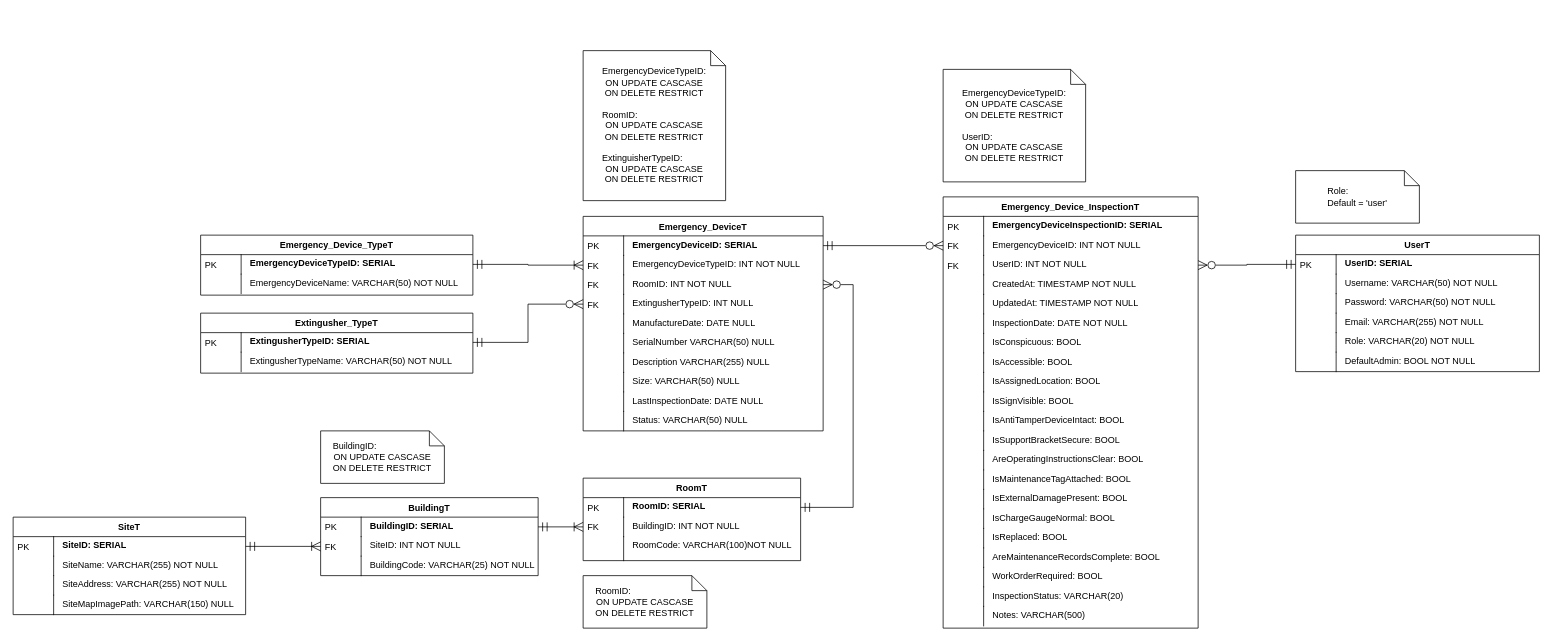
This is Diagrams/ERD/erd.drawio from AlexGithub777/BAP---Project, a draw.io file, before an edit. Source tidied: cells renumbered, new cells numbered last; positions are measured from the earlier drawing's top-left corner, leaving out a move shared by most shapes. Both pictures are drawn from the tidied source at 75%, with x=0, y=0 at pixel (13, 50).
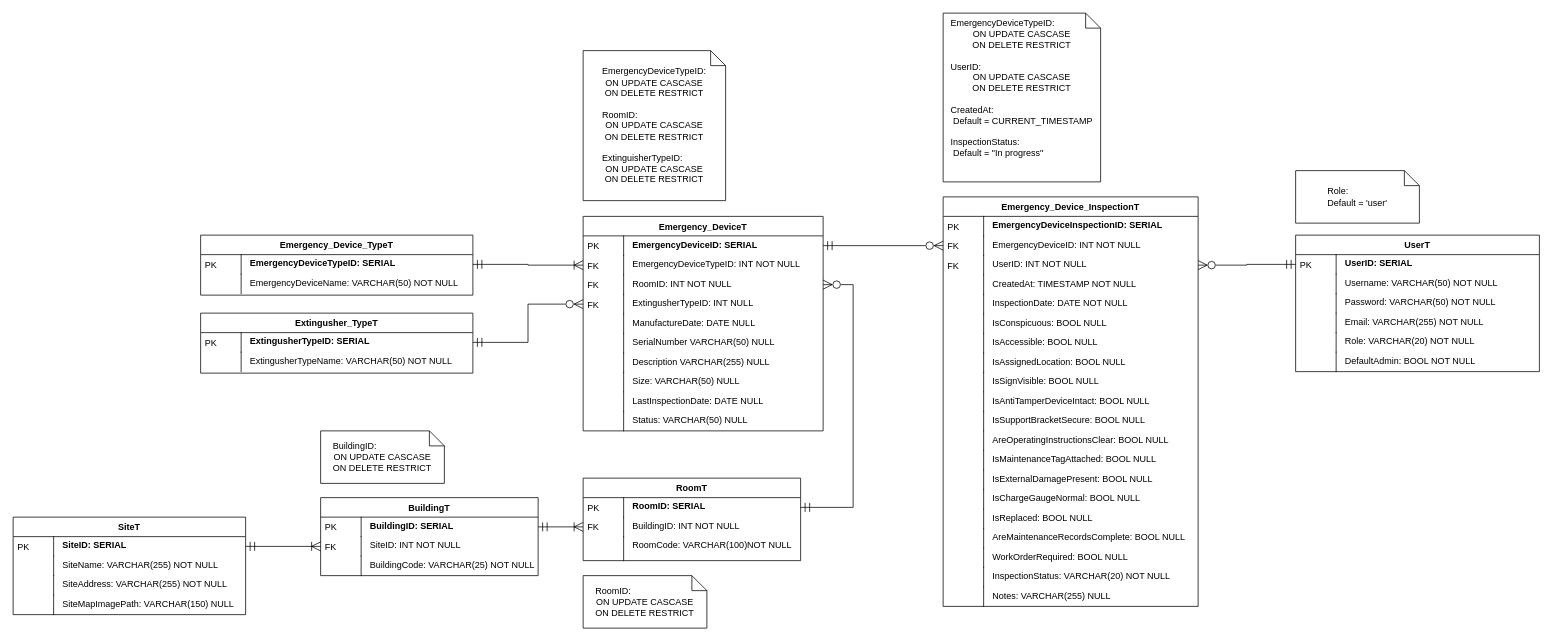
The same page after the edit.

The edit, as a diff of the source:
```diff
@@
     <mxCell id="46" value="Emergency_Device_InspectionT" style="swimlane;fontStyle=1;horizontal=1;startSize=26;fillColor=default;swimlaneFillColor=default;align=center;" parent="1" vertex="1">
-      <mxGeometry x="1240" y="195" width="340" height="575" as="geometry" />
+      <mxGeometry x="1240" y="195" width="340" height="546" as="geometry" />
     </mxCell>
@@
-    <mxCell id="55" value="UpdatedAt: TIMESTAMP NOT NULL" style="shape=partialRectangle;top=0;left=0;right=0;bottom=0;align=left;verticalAlign=top;spacingTop=-2;fillColor=none;spacingLeft=64;spacingRight=4;overflow=hidden;" parent="46" vertex="1">
-      <mxGeometry y="130" width="340" height="26" as="geometry" />
-    </mxCell>
-    <mxCell id="56" style="shape=partialRectangle;top=0;left=0;bottom=0;fillColor=none;align=left;verticalAlign=middle;spacingLeft=4;spacingRight=4;overflow=hidden;" parent="55" vertex="1">
-      <mxGeometry width="54" height="26" as="geometry" />
-    </mxCell>
     <mxCell id="57" value="InspectionDate: DATE NOT NULL" style="shape=partialRectangle;top=0;left=0;right=0;bottom=0;align=left;verticalAlign=top;spacingTop=-2;fillColor=none;spacingLeft=64;spacingRight=4;overflow=hidden;" parent="46" vertex="1">
-      <mxGeometry y="156" width="340" height="26" as="geometry" />
+      <mxGeometry y="130" width="340" height="26" as="geometry" />
     </mxCell>
@@
-    <mxCell id="59" value="IsConspicuous: BOOL" style="shape=partialRectangle;top=0;left=0;right=0;bottom=0;align=left;verticalAlign=top;spacingTop=-2;fillColor=none;spacingLeft=64;spacingRight=4;overflow=hidden;" parent="46" vertex="1">
-      <mxGeometry y="182" width="340" height="26" as="geometry" />
+    <mxCell id="59" value="IsConspicuous: BOOL NULL" style="shape=partialRectangle;top=0;left=0;right=0;bottom=0;align=left;verticalAlign=top;spacingTop=-2;fillColor=none;spacingLeft=64;spacingRight=4;overflow=hidden;" parent="46" vertex="1">
+      <mxGeometry y="156" width="340" height="26" as="geometry" />
     </mxCell>
@@
-    <mxCell id="61" value="IsAccessible: BOOL" style="shape=partialRectangle;top=0;left=0;right=0;bottom=0;align=left;verticalAlign=top;spacingTop=-2;fillColor=none;spacingLeft=64;spacingRight=4;overflow=hidden;" parent="46" vertex="1">
-      <mxGeometry y="208" width="340" height="26" as="geometry" />
+    <mxCell id="61" value="IsAccessible: BOOL NULL" style="shape=partialRectangle;top=0;left=0;right=0;bottom=0;align=left;verticalAlign=top;spacingTop=-2;fillColor=none;spacingLeft=64;spacingRight=4;overflow=hidden;" parent="46" vertex="1">
+      <mxGeometry y="182" width="340" height="26" as="geometry" />
     </mxCell>
@@
-    <mxCell id="63" value="IsAssignedLocation: BOOL" style="shape=partialRectangle;top=0;left=0;right=0;bottom=0;align=left;verticalAlign=top;spacingTop=-2;fillColor=none;spacingLeft=64;spacingRight=4;overflow=hidden;" parent="46" vertex="1">
-      <mxGeometry y="234" width="340" height="26" as="geometry" />
+    <mxCell id="63" value="IsAssignedLocation: BOOL NULL" style="shape=partialRectangle;top=0;left=0;right=0;bottom=0;align=left;verticalAlign=top;spacingTop=-2;fillColor=none;spacingLeft=64;spacingRight=4;overflow=hidden;" parent="46" vertex="1">
+      <mxGeometry y="208" width="340" height="26" as="geometry" />
     </mxCell>
@@
-    <mxCell id="65" value="IsSignVisible: BOOL " style="shape=partialRectangle;top=0;left=0;right=0;bottom=0;align=left;verticalAlign=top;spacingTop=-2;fillColor=none;spacingLeft=64;spacingRight=4;overflow=hidden;" parent="46" vertex="1">
-      <mxGeometry y="260" width="340" height="26" as="geometry" />
+    <mxCell id="65" value="IsSignVisible: BOOL NULL" style="shape=partialRectangle;top=0;left=0;right=0;bottom=0;align=left;verticalAlign=top;spacingTop=-2;fillColor=none;spacingLeft=64;spacingRight=4;overflow=hidden;" parent="46" vertex="1">
+      <mxGeometry y="234" width="340" height="26" as="geometry" />
     </mxCell>
@@
-    <mxCell id="67" value="IsAntiTamperDeviceIntact: BOOL" style="shape=partialRectangle;top=0;left=0;right=0;bottom=0;align=left;verticalAlign=top;spacingTop=-2;fillColor=none;spacingLeft=64;spacingRight=4;overflow=hidden;" parent="46" vertex="1">
-      <mxGeometry y="286" width="340" height="26" as="geometry" />
+    <mxCell id="67" value="IsAntiTamperDeviceIntact: BOOL NULL" style="shape=partialRectangle;top=0;left=0;right=0;bottom=0;align=left;verticalAlign=top;spacingTop=-2;fillColor=none;spacingLeft=64;spacingRight=4;overflow=hidden;" parent="46" vertex="1">
+      <mxGeometry y="260" width="340" height="26" as="geometry" />
     </mxCell>
@@
-    <mxCell id="69" value="IsSupportBracketSecure: BOOL" style="shape=partialRectangle;top=0;left=0;right=0;bottom=0;align=left;verticalAlign=top;spacingTop=-2;fillColor=none;spacingLeft=64;spacingRight=4;overflow=hidden;" parent="46" vertex="1">
-      <mxGeometry y="312" width="340" height="26" as="geometry" />
+    <mxCell id="69" value="IsSupportBracketSecure: BOOL NULL" style="shape=partialRectangle;top=0;left=0;right=0;bottom=0;align=left;verticalAlign=top;spacingTop=-2;fillColor=none;spacingLeft=64;spacingRight=4;overflow=hidden;" parent="46" vertex="1">
+      <mxGeometry y="286" width="340" height="26" as="geometry" />
     </mxCell>
@@
-    <mxCell id="71" value="AreOperatingInstructionsClear: BOOL" style="shape=partialRectangle;top=0;left=0;right=0;bottom=0;align=left;verticalAlign=top;spacingTop=-2;fillColor=none;spacingLeft=64;spacingRight=4;overflow=hidden;" parent="46" vertex="1">
-      <mxGeometry y="338" width="340" height="26" as="geometry" />
+    <mxCell id="71" value="AreOperatingInstructionsClear: BOOL NULL" style="shape=partialRectangle;top=0;left=0;right=0;bottom=0;align=left;verticalAlign=top;spacingTop=-2;fillColor=none;spacingLeft=64;spacingRight=4;overflow=hidden;" parent="46" vertex="1">
+      <mxGeometry y="312" width="340" height="26" as="geometry" />
     </mxCell>
@@
-    <mxCell id="73" value="IsMaintenanceTagAttached: BOOL" style="shape=partialRectangle;top=0;left=0;right=0;bottom=0;align=left;verticalAlign=top;spacingTop=-2;fillColor=none;spacingLeft=64;spacingRight=4;overflow=hidden;" parent="46" vertex="1">
-      <mxGeometry y="364" width="340" height="26" as="geometry" />
+    <mxCell id="73" value="IsMaintenanceTagAttached: BOOL NULL" style="shape=partialRectangle;top=0;left=0;right=0;bottom=0;align=left;verticalAlign=top;spacingTop=-2;fillColor=none;spacingLeft=64;spacingRight=4;overflow=hidden;" parent="46" vertex="1">
+      <mxGeometry y="338" width="340" height="26" as="geometry" />
     </mxCell>
@@
-    <mxCell id="75" value="IsExternalDamagePresent: BOOL" style="shape=partialRectangle;top=0;left=0;right=0;bottom=0;align=left;verticalAlign=top;spacingTop=-2;fillColor=none;spacingLeft=64;spacingRight=4;overflow=hidden;" parent="46" vertex="1">
-      <mxGeometry y="390" width="340" height="26" as="geometry" />
+    <mxCell id="75" value="IsExternalDamagePresent: BOOL NULL" style="shape=partialRectangle;top=0;left=0;right=0;bottom=0;align=left;verticalAlign=top;spacingTop=-2;fillColor=none;spacingLeft=64;spacingRight=4;overflow=hidden;" parent="46" vertex="1">
+      <mxGeometry y="364" width="340" height="26" as="geometry" />
     </mxCell>
@@
-    <mxCell id="77" value="IsChargeGaugeNormal: BOOL" style="shape=partialRectangle;top=0;left=0;right=0;bottom=0;align=left;verticalAlign=top;spacingTop=-2;fillColor=none;spacingLeft=64;spacingRight=4;overflow=hidden;" parent="46" vertex="1">
-      <mxGeometry y="416" width="340" height="26" as="geometry" />
+    <mxCell id="77" value="IsChargeGaugeNormal: BOOL NULL" style="shape=partialRectangle;top=0;left=0;right=0;bottom=0;align=left;verticalAlign=top;spacingTop=-2;fillColor=none;spacingLeft=64;spacingRight=4;overflow=hidden;" parent="46" vertex="1">
+      <mxGeometry y="390" width="340" height="26" as="geometry" />
     </mxCell>
@@
-    <mxCell id="79" value="IsReplaced: BOOL" style="shape=partialRectangle;top=0;left=0;right=0;bottom=0;align=left;verticalAlign=top;spacingTop=-2;fillColor=none;spacingLeft=64;spacingRight=4;overflow=hidden;" parent="46" vertex="1">
-      <mxGeometry y="442" width="340" height="26" as="geometry" />
+    <mxCell id="79" value="IsReplaced: BOOL NULL" style="shape=partialRectangle;top=0;left=0;right=0;bottom=0;align=left;verticalAlign=top;spacingTop=-2;fillColor=none;spacingLeft=64;spacingRight=4;overflow=hidden;" parent="46" vertex="1">
+      <mxGeometry y="416" width="340" height="26" as="geometry" />
     </mxCell>
@@
-    <mxCell id="81" value="AreMaintenanceRecordsComplete: BOOL" style="shape=partialRectangle;top=0;left=0;right=0;bottom=0;align=left;verticalAlign=top;spacingTop=-2;fillColor=none;spacingLeft=64;spacingRight=4;overflow=hidden;" parent="46" vertex="1">
-      <mxGeometry y="468" width="340" height="26" as="geometry" />
+    <mxCell id="81" value="AreMaintenanceRecordsComplete: BOOL NULL" style="shape=partialRectangle;top=0;left=0;right=0;bottom=0;align=left;verticalAlign=top;spacingTop=-2;fillColor=none;spacingLeft=64;spacingRight=4;overflow=hidden;" parent="46" vertex="1">
+      <mxGeometry y="442" width="340" height="26" as="geometry" />
     </mxCell>
@@
-    <mxCell id="83" value="WorkOrderRequired: BOOL" style="shape=partialRectangle;top=0;left=0;right=0;bottom=0;align=left;verticalAlign=top;spacingTop=-2;fillColor=none;spacingLeft=64;spacingRight=4;overflow=hidden;" parent="46" vertex="1">
-      <mxGeometry y="494" width="340" height="26" as="geometry" />
+    <mxCell id="83" value="WorkOrderRequired: BOOL NULL" style="shape=partialRectangle;top=0;left=0;right=0;bottom=0;align=left;verticalAlign=top;spacingTop=-2;fillColor=none;spacingLeft=64;spacingRight=4;overflow=hidden;" parent="46" vertex="1">
+      <mxGeometry y="468" width="340" height="26" as="geometry" />
     </mxCell>
@@
-    <mxCell id="85" value="InspectionStatus: VARCHAR(20)" style="shape=partialRectangle;top=0;left=0;right=0;bottom=0;align=left;verticalAlign=top;spacingTop=-2;fillColor=none;spacingLeft=64;spacingRight=4;overflow=hidden;" parent="46" vertex="1">
-      <mxGeometry y="520" width="340" height="26" as="geometry" />
+    <mxCell id="85" value="InspectionStatus: VARCHAR(20) NOT NULL" style="shape=partialRectangle;top=0;left=0;right=0;bottom=0;align=left;verticalAlign=top;spacingTop=-2;fillColor=none;spacingLeft=64;spacingRight=4;overflow=hidden;" parent="46" vertex="1">
+      <mxGeometry y="494" width="340" height="26" as="geometry" />
     </mxCell>
@@
-    <mxCell id="87" value="Notes: VARCHAR(500)" style="shape=partialRectangle;top=0;left=0;right=0;bottom=0;align=left;verticalAlign=top;spacingTop=-2;fillColor=none;spacingLeft=64;spacingRight=4;overflow=hidden;" parent="46" vertex="1">
-      <mxGeometry y="546" width="340" height="26" as="geometry" />
+    <mxCell id="87" value="Notes: VARCHAR(255) NULL" style="shape=partialRectangle;top=0;left=0;right=0;bottom=0;align=left;verticalAlign=top;spacingTop=-2;fillColor=none;spacingLeft=64;spacingRight=4;overflow=hidden;" parent="46" vertex="1">
+      <mxGeometry y="520" width="340" height="26" as="geometry" />
     </mxCell>
@@
-    <mxCell id="122" value="&lt;div style=&quot;text-align: left;&quot;&gt;&lt;span style=&quot;background-color: initial; text-align: center;&quot;&gt;EmergencyDeviceTypeID&lt;/span&gt;&lt;span style=&quot;background-color: initial;&quot;&gt;:&lt;/span&gt;&lt;/div&gt;&lt;div style=&quot;&quot;&gt;&lt;span style=&quot;text-align: center;&quot;&gt;ON UPDATE CASCASE&lt;/span&gt;&lt;br style=&quot;text-align: center;&quot;&gt;&lt;div&gt;ON DELETE RESTRICT&lt;/div&gt;&lt;div&gt;&lt;br&gt;&lt;/div&gt;&lt;div&gt;&lt;div style=&quot;text-align: left;&quot;&gt;&lt;span style=&quot;background-color: initial; text-align: center;&quot;&gt;UserID&lt;/span&gt;&lt;span style=&quot;background-color: initial;&quot;&gt;:&lt;/span&gt;&lt;/div&gt;&lt;div&gt;&lt;span style=&quot;text-align: center;&quot;&gt;ON UPDATE CASCASE&lt;/span&gt;&lt;br style=&quot;text-align: center;&quot;&gt;&lt;div&gt;ON DELETE RESTRICT&lt;/div&gt;&lt;/div&gt;&lt;/div&gt;&lt;/div&gt;" style="shape=note;size=20;whiteSpace=wrap;html=1;" parent="1" vertex="1">
-      <mxGeometry x="1240" y="25" width="190" height="150" as="geometry" />
+    <mxCell id="122" value="&lt;div style=&quot;text-align: left;&quot;&gt;&lt;span style=&quot;background-color: initial; text-align: center;&quot;&gt;EmergencyDeviceTypeID&lt;/span&gt;&lt;span style=&quot;background-color: initial;&quot;&gt;:&lt;/span&gt;&lt;/div&gt;&lt;div style=&quot;&quot;&gt;&lt;span style=&quot;text-align: center;&quot;&gt;ON UPDATE CASCASE&lt;/span&gt;&lt;br style=&quot;text-align: center;&quot;&gt;&lt;div&gt;ON DELETE RESTRICT&lt;/div&gt;&lt;div&gt;&lt;br&gt;&lt;/div&gt;&lt;div&gt;&lt;div style=&quot;text-align: left;&quot;&gt;&lt;span style=&quot;background-color: initial; text-align: center;&quot;&gt;UserID&lt;/span&gt;&lt;span style=&quot;background-color: initial;&quot;&gt;:&lt;/span&gt;&lt;/div&gt;&lt;div&gt;&lt;span style=&quot;text-align: center;&quot;&gt;ON UPDATE CASCASE&lt;/span&gt;&lt;br style=&quot;text-align: center;&quot;&gt;&lt;div&gt;ON DELETE RESTRICT&lt;br&gt;&lt;div style=&quot;text-align: justify;&quot;&gt;&lt;br&gt;CreatedAt:&lt;br&gt;&amp;nbsp;Default = CURRENT_TIMESTAMP&lt;br&gt;&amp;nbsp;&lt;br&gt;&lt;/div&gt;&lt;/div&gt;&lt;/div&gt;&lt;/div&gt;&lt;div style=&quot;text-align: justify;&quot;&gt;InspectionStatus:&lt;br&gt;&amp;nbsp;Default = &quot;In progress&quot;&lt;/div&gt;&lt;/div&gt;" style="shape=note;size=20;whiteSpace=wrap;html=1;verticalAlign=top;" parent="1" vertex="1">
+      <mxGeometry x="1240" y="-50" width="210" height="225" as="geometry" />
     </mxCell>
```
